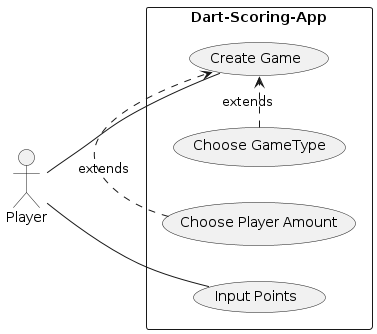
Before: images/Use-Case-Diagramm.png, a diagram exported from PlantUML (2223-3bhif-syp/Dart-Scoring-App). Its diagram source:
```plantuml
@startuml
left to right direction

actor "Player" as pl

rectangle Dart-Scoring-App {
    usecase "Create Game" as cg
    usecase "Input Points" as ip
    usecase "Choose GameType" as cgt
    usecase "Choose Player Amount" as cpa

    pl -- cg
    pl -- ip
    cgt .> cg : extends
    cpa .> cg : extends
}
@enduml
```
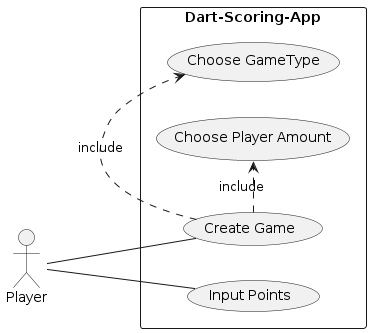
After the commit.

Diff of the diagram source:
```diff
@@ -11,7 +11,7 @@
 
     pl -- cg
     pl -- ip
-    cgt .> cg : extends
-    cpa .> cg : extends
+    cg .> cgt : include
+    cg .> cpa : include
 }
 @enduml
```
